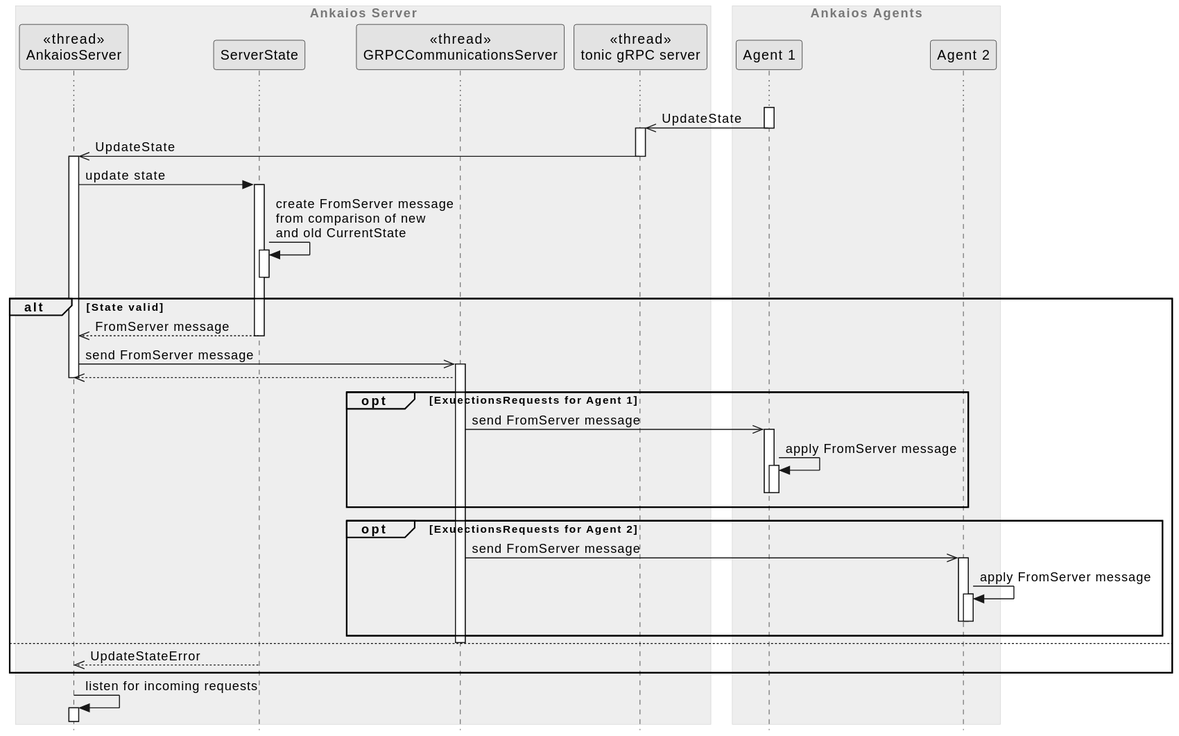
eclipse-ankaios/ankaios keeps this PlantUML diagram as server/doc/swdesign/plantuml/seq_update_state.svg. Above is the earlier version.
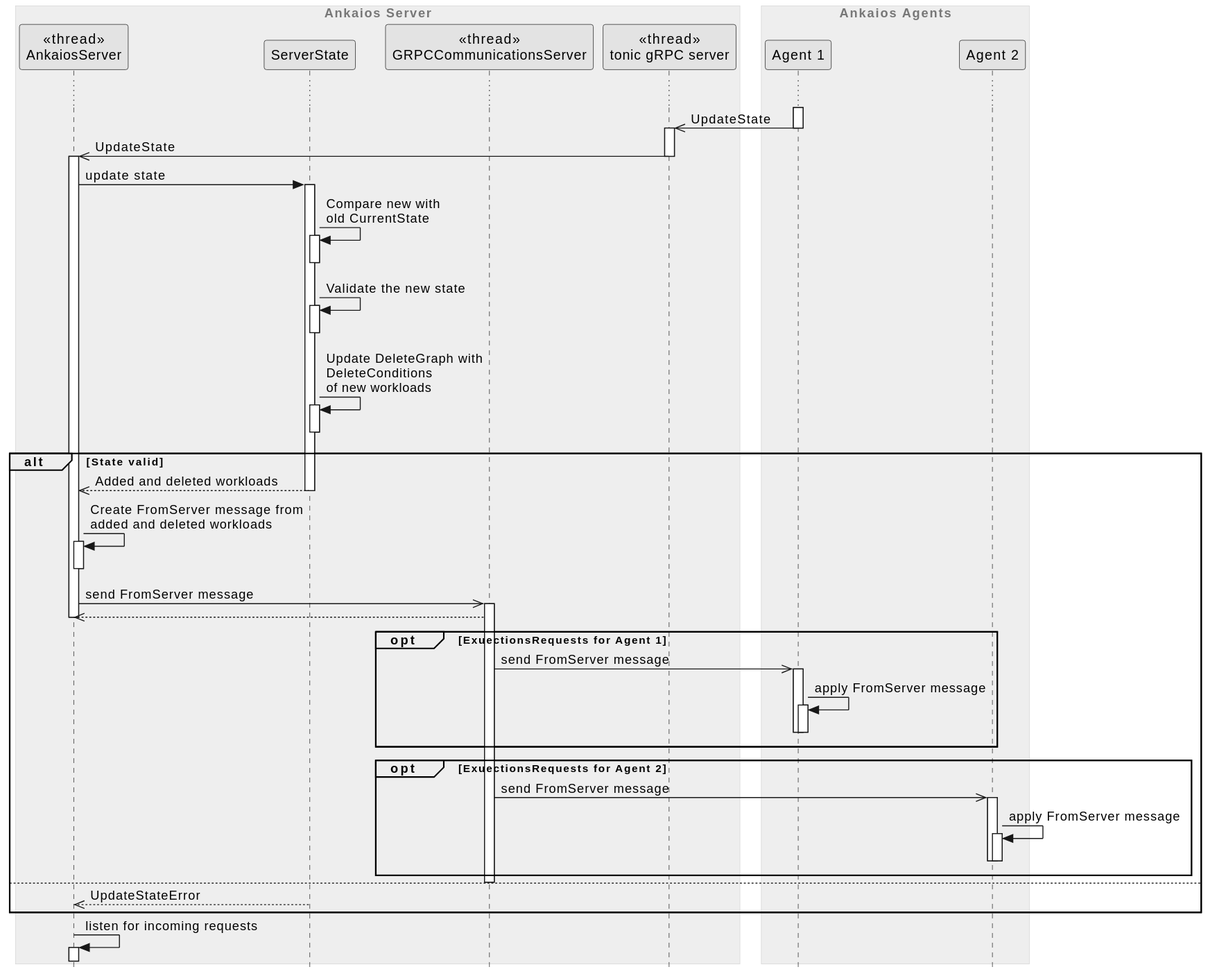
The same file after the commit.

Commit message:
Update update state diagram

What changed in the source:
```diff
@@ -19,9 +19,12 @@
 agent1 ->> tonic_server--++: UpdateState
 tonic_server ->> server--++: UpdateState
 server -> server_state++: update state
-server_state -> server_state++--: create FromServer message\nfrom comparison of new\nand old CurrentState
+server_state -> server_state ++--: Compare new with\nold CurrentState
+server_state -> server_state ++--: Validate the new state
+server_state -> server_state ++--: Update DeleteGraph with\nDeleteConditions\nof new workloads
 alt State valid
-server_state -->> server--: FromServer message
+server_state -->> server--: Added and deleted workloads
+server -> server++--: Create FromServer message from\nadded and deleted workloads
 server ->> grpc_server++: send FromServer message
 grpc_server -->> server
 deactivate server
```
